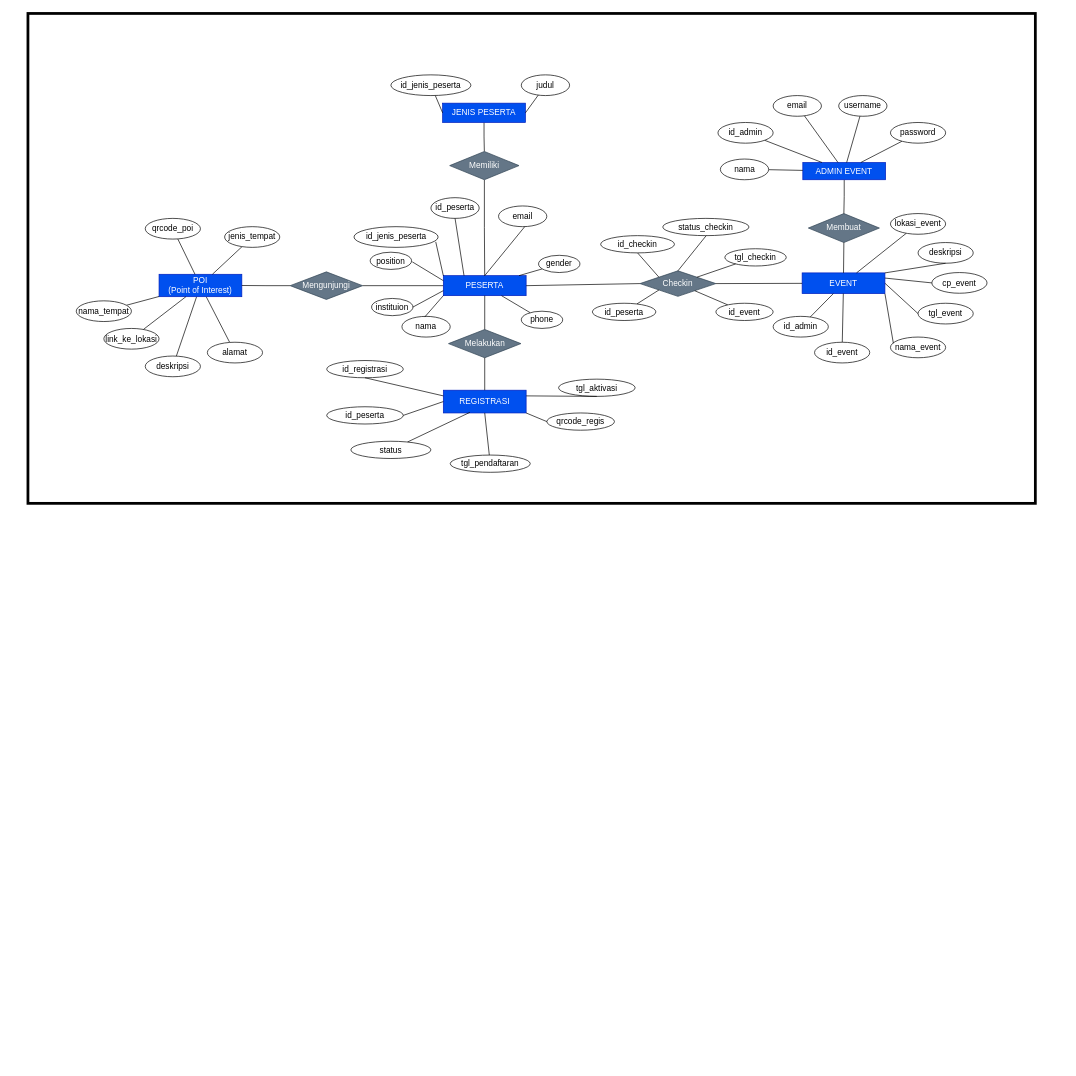
This is diagram/citynet_dfd.drawio from kominfo-denpasar/drawio, a draw.io file, before an edit. Source tidied: cells renumbered, new cells numbered last; positions are measured from the earlier drawing's top-left corner, leaving out a move shared by most shapes. Both pictures are drawn from the tidied source at 69%, with x=0, y=0 at pixel (28, 13).
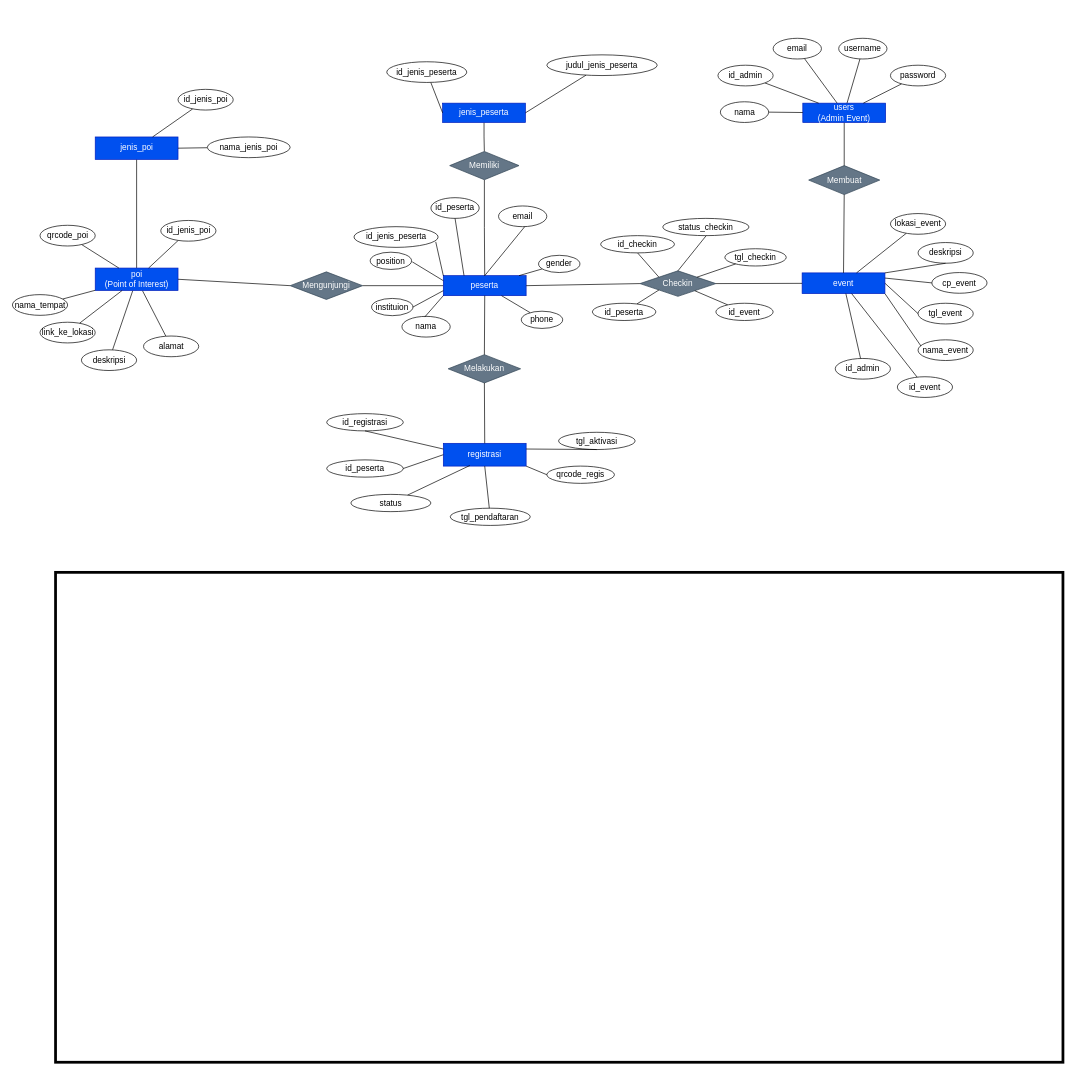
Above is the later version.

Unchanged cells that the change refers to:
```xml
<mxCell id="96" value="Mengunjungi" style="rhombus;whiteSpace=wrap;html=1;fillColor=#647687;fontColor=#ffffff;strokeColor=#314354;" parent="1" vertex="1">
  <mxGeometry x="380" y="374.5" width="105" height="40" as="geometry" />
</mxCell>
```

Change to the diagram source:
```diff
@@
-    <mxCell id="3" value="PESERTA" style="rounded=0;whiteSpace=wrap;html=1;fillColor=#0050ef;fontColor=#ffffff;strokeColor=#001DBC;" parent="1" vertex="1">
+    <mxCell id="3" value="peserta" style="rounded=0;whiteSpace=wrap;html=1;fillColor=#0050ef;fontColor=#ffffff;strokeColor=#001DBC;" parent="1" vertex="1">
       <mxGeometry x="602" y="380" width="120" height="29" as="geometry" />
     </mxCell>
-    <mxCell id="4" value="REGISTRASI" style="rounded=0;whiteSpace=wrap;html=1;fillColor=#0050ef;fontColor=#ffffff;strokeColor=#001DBC;" parent="1" vertex="1">
-      <mxGeometry x="602" y="546" width="120" height="33" as="geometry" />
+    <mxCell id="4" value="registrasi" style="rounded=0;whiteSpace=wrap;html=1;fillColor=#0050ef;fontColor=#ffffff;strokeColor=#001DBC;" parent="1" vertex="1">
+      <mxGeometry x="602" y="623" width="120" height="33" as="geometry" />
     </mxCell>
@@
-    <mxCell id="12" value="EVENT" style="rounded=0;whiteSpace=wrap;html=1;fillColor=#0050ef;fontColor=#ffffff;strokeColor=#001DBC;" parent="1" vertex="1">
+    <mxCell id="12" value="event" style="rounded=0;whiteSpace=wrap;html=1;fillColor=#0050ef;fontColor=#ffffff;strokeColor=#001DBC;" parent="1" vertex="1">
       <mxGeometry x="1122" y="376" width="120" height="30" as="geometry" />
     </mxCell>
@@
     <mxCell id="15" value="Membuat" style="rhombus;whiteSpace=wrap;html=1;fillColor=#647687;fontColor=#ffffff;strokeColor=#314354;" parent="1" vertex="1">
-      <mxGeometry x="1131" y="290" width="103" height="42" as="geometry" />
+      <mxGeometry x="1131.5" y="220.5" width="103" height="42" as="geometry" />
     </mxCell>
@@
     <mxCell id="17" value="id_event" style="ellipse;whiteSpace=wrap;html=1;" parent="1" vertex="1">
-      <mxGeometry x="1140" y="476.5" width="80" height="30" as="geometry" />
+      <mxGeometry x="1260" y="526.5" width="80" height="30" as="geometry" />
     </mxCell>
     <mxCell id="18" value="nama_event" style="ellipse;whiteSpace=wrap;html=1;" parent="1" vertex="1">
-      <mxGeometry x="1250" y="469" width="80" height="30" as="geometry" />
+      <mxGeometry x="1290" y="473" width="80" height="30" as="geometry" />
     </mxCell>
@@
     <mxCell id="27" value="tgl_aktivasi" style="ellipse;whiteSpace=wrap;html=1;" parent="1" vertex="1">
-      <mxGeometry x="769" y="530" width="111" height="25" as="geometry" />
+      <mxGeometry x="769" y="607" width="111" height="25" as="geometry" />
     </mxCell>
@@
-    <mxCell id="32" value="ADMIN EVENT" style="rounded=0;whiteSpace=wrap;html=1;fillColor=#0050ef;fontColor=#ffffff;strokeColor=#001DBC;" parent="1" vertex="1">
-      <mxGeometry x="1123" y="216" width="120" height="25" as="geometry" />
+    <mxCell id="32" value="users&lt;br&gt;(Admin Event)" style="rounded=0;whiteSpace=wrap;html=1;fillColor=#0050ef;fontColor=#ffffff;strokeColor=#001DBC;" parent="1" vertex="1">
+      <mxGeometry x="1123" y="130" width="120" height="28" as="geometry" />
     </mxCell>
@@
     <mxCell id="34" value="id_admin" style="ellipse;whiteSpace=wrap;html=1;" parent="1" vertex="1">
-      <mxGeometry x="1000" y="158" width="80" height="30" as="geometry" />
+      <mxGeometry x="1000" y="75" width="80" height="30" as="geometry" />
     </mxCell>
@@
     <mxCell id="36" value="username" style="ellipse;whiteSpace=wrap;html=1;" parent="1" vertex="1">
-      <mxGeometry x="1175" y="119" width="70" height="30" as="geometry" />
+      <mxGeometry x="1175" y="36" width="70" height="30" as="geometry" />
     </mxCell>
@@
     <mxCell id="38" value="password" style="ellipse;whiteSpace=wrap;html=1;" parent="1" vertex="1">
-      <mxGeometry x="1250" y="158" width="80" height="30" as="geometry" />
+      <mxGeometry x="1250" y="75" width="80" height="30" as="geometry" />
     </mxCell>
@@
     <mxCell id="40" value="nama" style="ellipse;whiteSpace=wrap;html=1;" parent="1" vertex="1">
-      <mxGeometry x="1003.5" y="211" width="70" height="30" as="geometry" />
+      <mxGeometry x="1003.5" y="128" width="70" height="30" as="geometry" />
     </mxCell>
@@
     <mxCell id="42" value="email" style="ellipse;whiteSpace=wrap;html=1;" parent="1" vertex="1">
-      <mxGeometry x="1080" y="119" width="70" height="30" as="geometry" />
+      <mxGeometry x="1080" y="36" width="70" height="30" as="geometry" />
     </mxCell>
@@
     <mxCell id="45" value="qrcode_regis" style="ellipse;whiteSpace=wrap;html=1;" parent="1" vertex="1">
-      <mxGeometry x="752" y="579" width="98" height="25" as="geometry" />
+      <mxGeometry x="752" y="656" width="98" height="25" as="geometry" />
     </mxCell>
@@
-    <mxCell id="53" value="JENIS PESERTA" style="rounded=0;whiteSpace=wrap;html=1;fillColor=#0050ef;fontColor=#ffffff;strokeColor=#001DBC;" parent="1" vertex="1">
+    <mxCell id="53" value="jenis_peserta" style="rounded=0;whiteSpace=wrap;html=1;fillColor=#0050ef;fontColor=#ffffff;strokeColor=#001DBC;" parent="1" vertex="1">
       <mxGeometry x="601" y="130" width="120" height="28" as="geometry" />
     </mxCell>
     <mxCell id="54" value="tgl_pendaftaran" style="ellipse;whiteSpace=wrap;html=1;" parent="1" vertex="1">
-      <mxGeometry x="612" y="640" width="116" height="25" as="geometry" />
+      <mxGeometry x="612" y="717" width="116" height="25" as="geometry" />
     </mxCell>
@@
-    <mxCell id="56" value="judul" style="ellipse;whiteSpace=wrap;html=1;" parent="1" vertex="1">
-      <mxGeometry x="715" y="89" width="70" height="30" as="geometry" />
+    <mxCell id="56" value="judul_jenis_peserta" style="ellipse;whiteSpace=wrap;html=1;" parent="1" vertex="1">
+      <mxGeometry x="752" y="60" width="160" height="30" as="geometry" />
     </mxCell>
@@
     <mxCell id="58" value="status" style="ellipse;whiteSpace=wrap;html=1;" parent="1" vertex="1">
-      <mxGeometry x="468" y="620" width="116" height="25" as="geometry" />
+      <mxGeometry x="468" y="697" width="116" height="25" as="geometry" />
     </mxCell>
@@
     <mxCell id="61" value="Melakukan" style="rhombus;whiteSpace=wrap;html=1;fillColor=#647687;fontColor=#ffffff;strokeColor=#314354;" parent="1" vertex="1">
-      <mxGeometry x="609.5" y="458" width="105" height="41" as="geometry" />
+      <mxGeometry x="609" y="494.5" width="105" height="41" as="geometry" />
     </mxCell>
@@
     <mxCell id="65" value="id_jenis_peserta" style="ellipse;whiteSpace=wrap;html=1;" parent="1" vertex="1">
-      <mxGeometry x="526" y="89" width="116" height="30" as="geometry" />
+      <mxGeometry x="520" y="70" width="116" height="30" as="geometry" />
     </mxCell>
     <mxCell id="66" value="id_registrasi" style="ellipse;whiteSpace=wrap;html=1;" parent="1" vertex="1">
-      <mxGeometry x="433" y="503" width="111" height="25" as="geometry" />
+      <mxGeometry x="433" y="580" width="111" height="25" as="geometry" />
     </mxCell>
     <mxCell id="67" value="id_peserta" style="ellipse;whiteSpace=wrap;html=1;" parent="1" vertex="1">
-      <mxGeometry x="433" y="570" width="111" height="25" as="geometry" />
+      <mxGeometry x="433" y="647" width="111" height="25" as="geometry" />
     </mxCell>
@@
+    <mxCell id="102" style="edgeStyle=orthogonalEdgeStyle;rounded=0;jettySize=auto;html=1;endArrow=none;endFill=0;" parent="1" edge="1" source="86" target="103">
+      <mxGeometry relative="1" as="geometry" />
+    </mxCell>
-    <mxCell id="86" value="POI&lt;div&gt;(Point of Interest)&lt;/div&gt;" style="rounded=0;whiteSpace=wrap;html=1;fillColor=#0050ef;strokeColor=#001DBC;fontColor=#ffffff;" parent="1" vertex="1">
-      <mxGeometry x="190" y="378" width="120" height="32.5" as="geometry" />
+    <mxCell id="86" value="poi&lt;div&gt;(Point of Interest)&lt;/div&gt;" style="rounded=0;whiteSpace=wrap;html=1;fillColor=#0050ef;strokeColor=#001DBC;fontColor=#ffffff;" parent="1" vertex="1">
+      <mxGeometry x="97.5" y="369" width="120" height="32.5" as="geometry" />
     </mxCell>
@@
     <mxCell id="88" value="nama_tempat" style="ellipse;whiteSpace=wrap;html=1;" parent="1" vertex="1">
-      <mxGeometry x="70" y="416.5" width="80" height="30" as="geometry" />
+      <mxGeometry x="-22.5" y="407.5" width="80" height="30" as="geometry" />
     </mxCell>
     <mxCell id="89" value="deskripsi" style="ellipse;whiteSpace=wrap;html=1;" parent="1" vertex="1">
-      <mxGeometry x="170" y="496.5" width="80" height="30" as="geometry" />
+      <mxGeometry x="77.5" y="487.5" width="80" height="30" as="geometry" />
     </mxCell>
@@
     <mxCell id="91" value="link_ke_lokasi" style="ellipse;whiteSpace=wrap;html=1;" parent="1" vertex="1">
-      <mxGeometry x="110" y="456.5" width="80" height="30" as="geometry" />
+      <mxGeometry x="17.5" y="447.5" width="80" height="30" as="geometry" />
     </mxCell>
     <mxCell id="92" value="alamat" style="ellipse;whiteSpace=wrap;html=1;" parent="1" vertex="1">
-      <mxGeometry x="260" y="476.5" width="80" height="30" as="geometry" />
+      <mxGeometry x="167.5" y="467.5" width="80" height="30" as="geometry" />
     </mxCell>
@@
     <mxCell id="94" value="qrcode_poi" style="ellipse;whiteSpace=wrap;html=1;" parent="1" vertex="1">
-      <mxGeometry x="170" y="297" width="80" height="30" as="geometry" />
+      <mxGeometry x="17.5" y="307" width="80" height="30" as="geometry" />
     </mxCell>
-    <mxCell id="95" style="edgeStyle=orthogonalEdgeStyle;rounded=0;jettySize=auto;html=1;entryX=1;entryY=0.5;entryDx=0;entryDy=0;endArrow=none;endFill=0;" parent="1" edge="1" source="96" target="86">
+    <mxCell id="95" style="rounded=0;jettySize=auto;html=1;entryX=1;entryY=0.5;entryDx=0;entryDy=0;endArrow=none;endFill=0;exitX=0;exitY=0.5;exitDx=0;exitDy=0;" parent="1" edge="1" source="96" target="86">
       <mxGeometry relative="1" as="geometry" />
     </mxCell>
@@
     <mxCell id="98" value="id_admin" style="ellipse;whiteSpace=wrap;html=1;" parent="1" vertex="1">
-      <mxGeometry x="1080" y="439" width="80" height="30" as="geometry" />
+      <mxGeometry x="1170" y="500" width="80" height="30" as="geometry" />
     </mxCell>
@@
-    <mxCell id="100" value="jenis_tempat" style="ellipse;whiteSpace=wrap;html=1;" parent="1" vertex="1">
-      <mxGeometry x="285" y="309" width="80" height="30" as="geometry" />
+    <mxCell id="100" value="id_jenis_poi" style="ellipse;whiteSpace=wrap;html=1;" parent="1" vertex="1">
+      <mxGeometry x="192.5" y="300" width="80" height="30" as="geometry" />
     </mxCell>
     <mxCell id="101" style="rounded=0;whiteSpace=wrap;html=1;fillColor=none;strokeWidth=4;" parent="1" vertex="1">
-      <mxGeometry width="1460" height="710" as="geometry" />
+      <mxGeometry x="40" y="810" width="1460" height="710" as="geometry" />
     </mxCell>
+    <mxCell id="103" value="jenis_poi" style="rounded=0;whiteSpace=wrap;html=1;fillColor=#0050ef;strokeColor=#001DBC;fontColor=#ffffff;" parent="1" vertex="1">
+      <mxGeometry x="97.5" y="179" width="120" height="32.5" as="geometry" />
+    </mxCell>
+    <mxCell id="104" style="rounded=0;jettySize=auto;html=1;endArrow=none;endFill=0;" parent="1" edge="1" source="105" target="103">
+      <mxGeometry relative="1" as="geometry" />
+    </mxCell>
+    <mxCell id="105" value="id_jenis_poi" style="ellipse;whiteSpace=wrap;html=1;" parent="1" vertex="1">
+      <mxGeometry x="217.5" y="110" width="80" height="30" as="geometry" />
+    </mxCell>
+    <mxCell id="106" style="rounded=0;jettySize=auto;html=1;entryX=1;entryY=0.5;entryDx=0;entryDy=0;endArrow=none;endFill=0;" parent="1" edge="1" source="107" target="103">
+      <mxGeometry relative="1" as="geometry" />
+    </mxCell>
+    <mxCell id="107" value="nama_jenis_poi" style="ellipse;whiteSpace=wrap;html=1;" parent="1" vertex="1">
+      <mxGeometry x="260" y="179" width="120" height="30" as="geometry" />
+    </mxCell>
```
